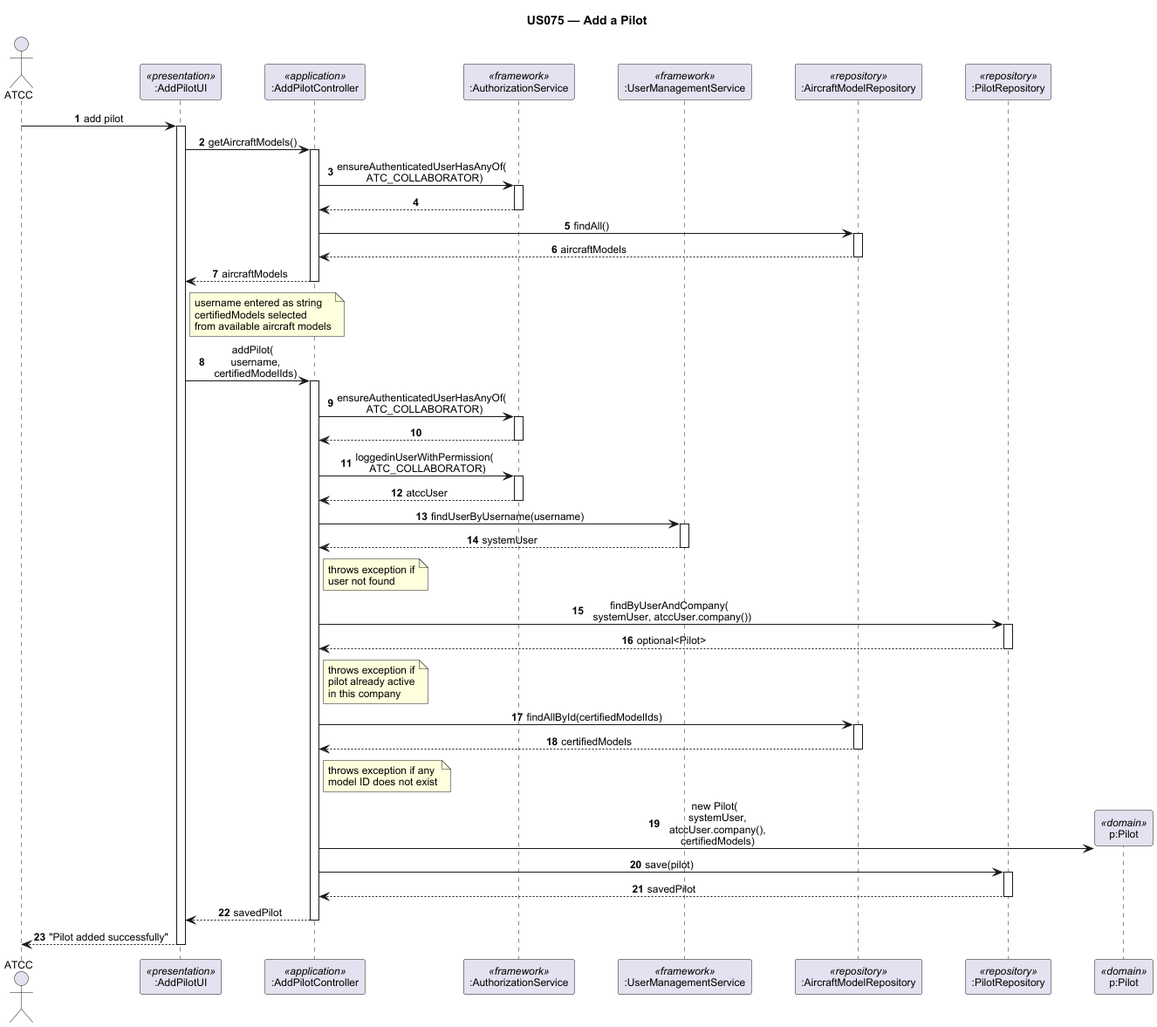
1240826/aisafe-flight-control keeps this PlantUML diagram as docs/Sprint3/EAPLI/us_075/SD_US075_AddPilot.png. Above is the earlier version. Its diagram source:
```plantuml
@startuml sd_us075_add_pilot
title US075 — Add a Pilot

skinparam sequenceMessageAlign center
skinparam defaultFontName Arial
skinparam defaultFontSize 12
skinparam ParticipantPadding 20

autonumber

actor "ATCC" as actor
participant ":AddPilotUI" as ui <<presentation>>
participant ":AddPilotController" as ctrl <<application>>
participant ":AuthorizationService" as authz <<framework>>
participant ":UserManagementService" as userSvc <<framework>>
participant ":AircraftModelRepository" as modelRepo <<repository>>
participant ":PilotRepository" as pilotRepo <<repository>>
participant "p:Pilot" as pilot <<domain>>

actor -> ui : add pilot
activate ui

ui -> ctrl : getAircraftModels()
activate ctrl

ctrl -> authz : ensureAuthenticatedUserHasAnyOf(\n  ATC_COLLABORATOR)
activate authz
authz --> ctrl
deactivate authz

ctrl -> modelRepo : findAll()
activate modelRepo
modelRepo --> ctrl : aircraftModels
deactivate modelRepo

ctrl --> ui : aircraftModels
deactivate ctrl

note right of ui : username entered as string\ncertifiedModels selected\nfrom available aircraft models

ui -> ctrl : addPilot(\n  username,\n  certifiedModelIds)
activate ctrl

ctrl -> authz : ensureAuthenticatedUserHasAnyOf(\n  ATC_COLLABORATOR)
activate authz
authz --> ctrl
deactivate authz

ctrl -> authz : loggedinUserWithPermission(\n  ATC_COLLABORATOR)
activate authz
authz --> ctrl : atccUser
deactivate authz

ctrl -> userSvc : findUserByUsername(username)
activate userSvc
userSvc --> ctrl : systemUser
deactivate userSvc

note right of ctrl : throws exception if\nuser not found

ctrl -> pilotRepo : findByUserAndCompany(\n  systemUser, atccUser.company())
activate pilotRepo
pilotRepo --> ctrl : optional<Pilot>
deactivate pilotRepo

note right of ctrl : throws exception if\npilot already active\nin this company

ctrl -> modelRepo : findAllById(certifiedModelIds)
activate modelRepo
modelRepo --> ctrl : certifiedModels
deactivate modelRepo

note right of ctrl : throws exception if any\nmodel ID does not exist

create pilot
ctrl -> pilot ** : new Pilot(\n  systemUser,\n  atccUser.company(),\n  certifiedModels)

ctrl -> pilotRepo : save(pilot)
activate pilotRepo
pilotRepo --> ctrl : savedPilot
deactivate pilotRepo

ctrl --> ui : savedPilot
deactivate ctrl

ui --> actor : "Pilot added successfully"
deactivate ui

@enduml
```
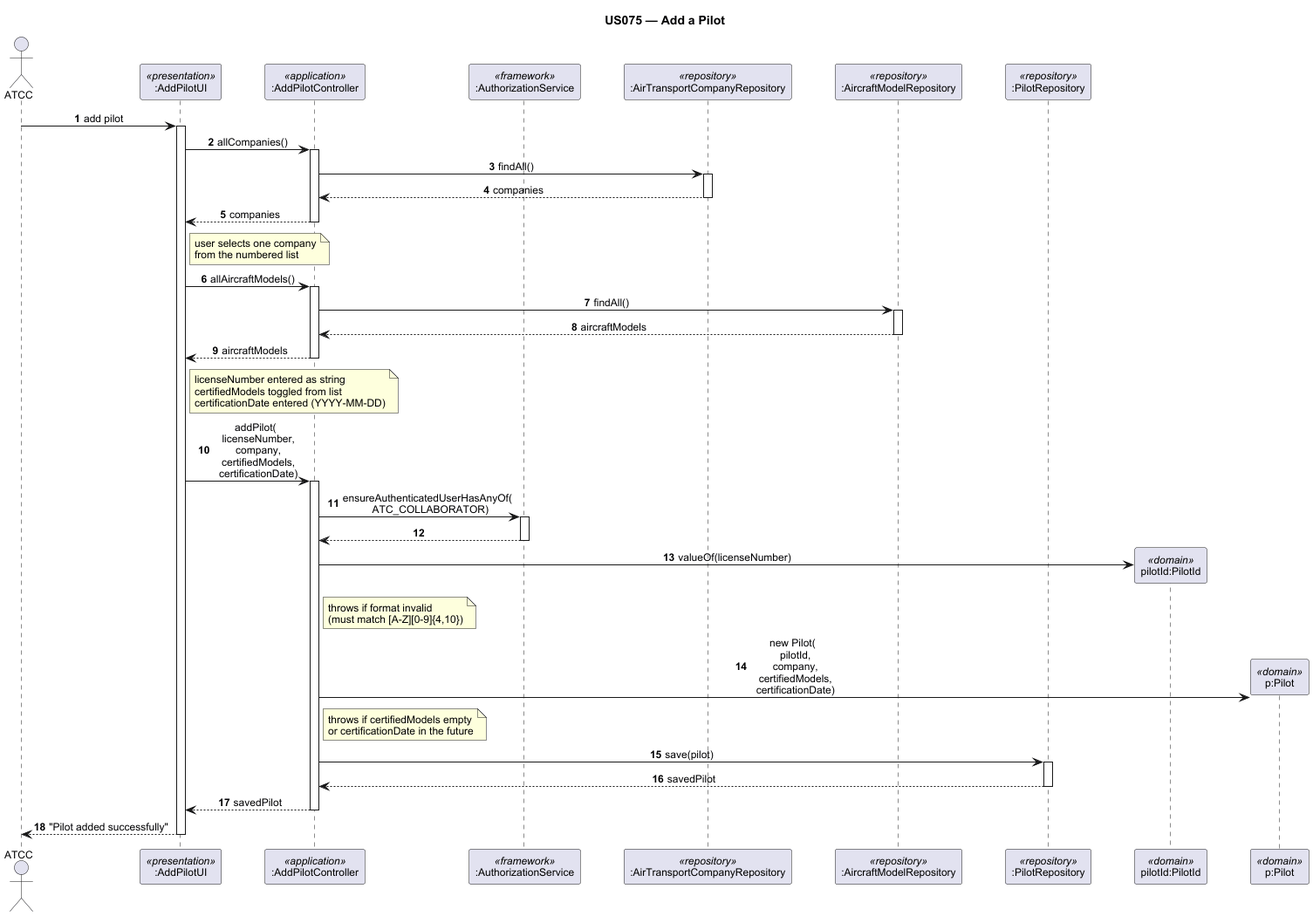
The same diagram one commit later.

Diff of the diagram source:
```diff
@@ -12,15 +12,38 @@
 participant ":AddPilotUI" as ui <<presentation>>
 participant ":AddPilotController" as ctrl <<application>>
 participant ":AuthorizationService" as authz <<framework>>
-participant ":UserManagementService" as userSvc <<framework>>
+participant ":AirTransportCompanyRepository" as companyRepo <<repository>>
 participant ":AircraftModelRepository" as modelRepo <<repository>>
 participant ":PilotRepository" as pilotRepo <<repository>>
+participant "pilotId:PilotId" as pilotId <<domain>>
 participant "p:Pilot" as pilot <<domain>>
 
 actor -> ui : add pilot
 activate ui
 
-ui -> ctrl : getAircraftModels()
+ui -> ctrl : allCompanies()
+activate ctrl
+ctrl -> companyRepo : findAll()
+activate companyRepo
+companyRepo --> ctrl : companies
+deactivate companyRepo
+ctrl --> ui : companies
+deactivate ctrl
+
+note right of ui : user selects one company\nfrom the numbered list
+
+ui -> ctrl : allAircraftModels()
+activate ctrl
+ctrl -> modelRepo : findAll()
+activate modelRepo
+modelRepo --> ctrl : aircraftModels
+deactivate modelRepo
+ctrl --> ui : aircraftModels
+deactivate ctrl
+
+note right of ui : licenseNumber entered as string\ncertifiedModels toggled from list\ncertificationDate entered (YYYY-MM-DD)
+
+ui -> ctrl : addPilot(\n  licenseNumber,\n  company,\n  certifiedModels,\n  certificationDate)
 activate ctrl
 
 ctrl -> authz : ensureAuthenticatedUserHasAnyOf(\n  ATC_COLLABORATOR)
@@ -28,52 +51,15 @@
 authz --> ctrl
 deactivate authz
 
-ctrl -> modelRepo : findAll()
-activate modelRepo
-modelRepo --> ctrl : aircraftModels
-deactivate modelRepo
+create pilotId
+ctrl -> pilotId ** : valueOf(licenseNumber)
 
-ctrl --> ui : aircraftModels
-deactivate ctrl
-
-note right of ui : username entered as string\ncertifiedModels selected\nfrom available aircraft models
-
-ui -> ctrl : addPilot(\n  username,\n  certifiedModelIds)
-activate ctrl
-
-ctrl -> authz : ensureAuthenticatedUserHasAnyOf(\n  ATC_COLLABORATOR)
-activate authz
-authz --> ctrl
-deactivate authz
-
-ctrl -> authz : loggedinUserWithPermission(\n  ATC_COLLABORATOR)
-activate authz
-authz --> ctrl : atccUser
-deactivate authz
-
-ctrl -> userSvc : findUserByUsername(username)
-activate userSvc
-userSvc --> ctrl : systemUser
-deactivate userSvc
-
-note right of ctrl : throws exception if\nuser not found
-
-ctrl -> pilotRepo : findByUserAndCompany(\n  systemUser, atccUser.company())
-activate pilotRepo
-pilotRepo --> ctrl : optional<Pilot>
-deactivate pilotRepo
-
-note right of ctrl : throws exception if\npilot already active\nin this company
-
-ctrl -> modelRepo : findAllById(certifiedModelIds)
-activate modelRepo
-modelRepo --> ctrl : certifiedModels
-deactivate modelRepo
-
-note right of ctrl : throws exception if any\nmodel ID does not exist
+note right of ctrl : throws if format invalid\n(must match [A-Z][0-9]{4,10})
 
 create pilot
-ctrl -> pilot ** : new Pilot(\n  systemUser,\n  atccUser.company(),\n  certifiedModels)
+ctrl -> pilot ** : new Pilot(\n  pilotId,\n  company,\n  certifiedModels,\n  certificationDate)
+
+note right of ctrl : throws if certifiedModels empty\nor certificationDate in the future
 
 ctrl -> pilotRepo : save(pilot)
 activate pilotRepo
```
